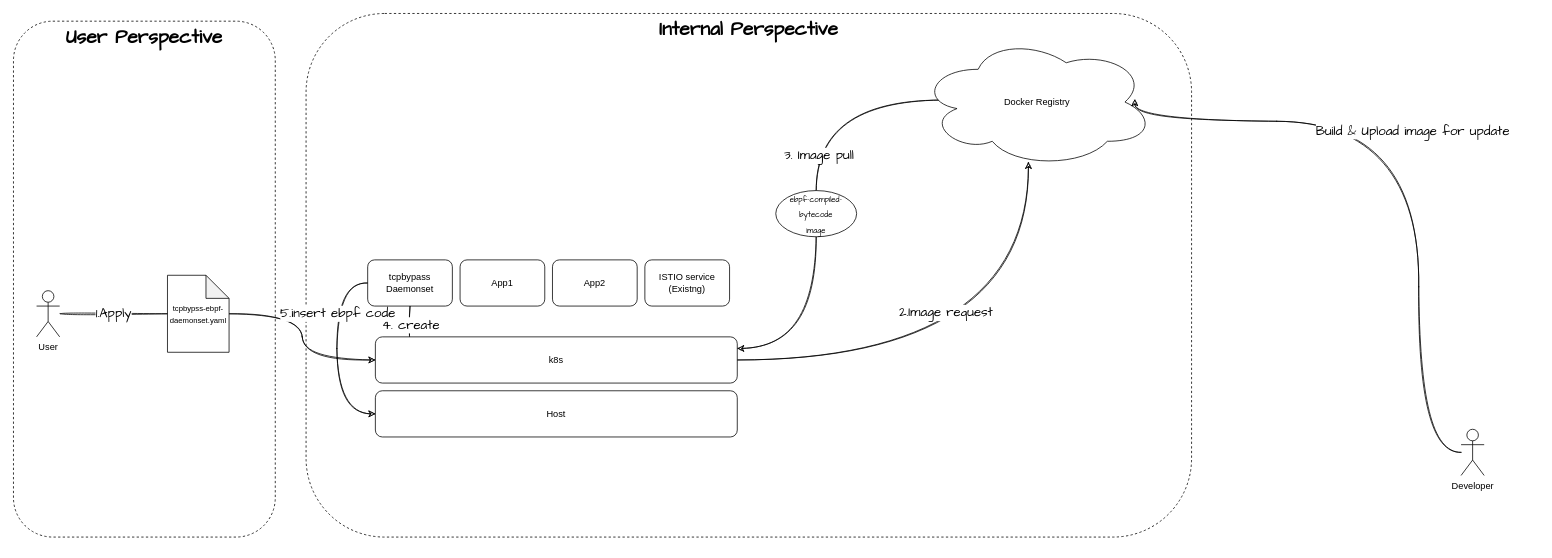
xu1zhou/Documents keeps this draw.io diagram as workflow_of_tcpbypass_daemonset.drawio. Above is the earlier version. Source tidied: cells renumbered, new cells numbered last; positions are measured from the earlier drawing's top-left corner, leaving out a move shared by most shapes. Both pictures are drawn from the tidied source at 77%, with x=0, y=0 at pixel (13, 13).
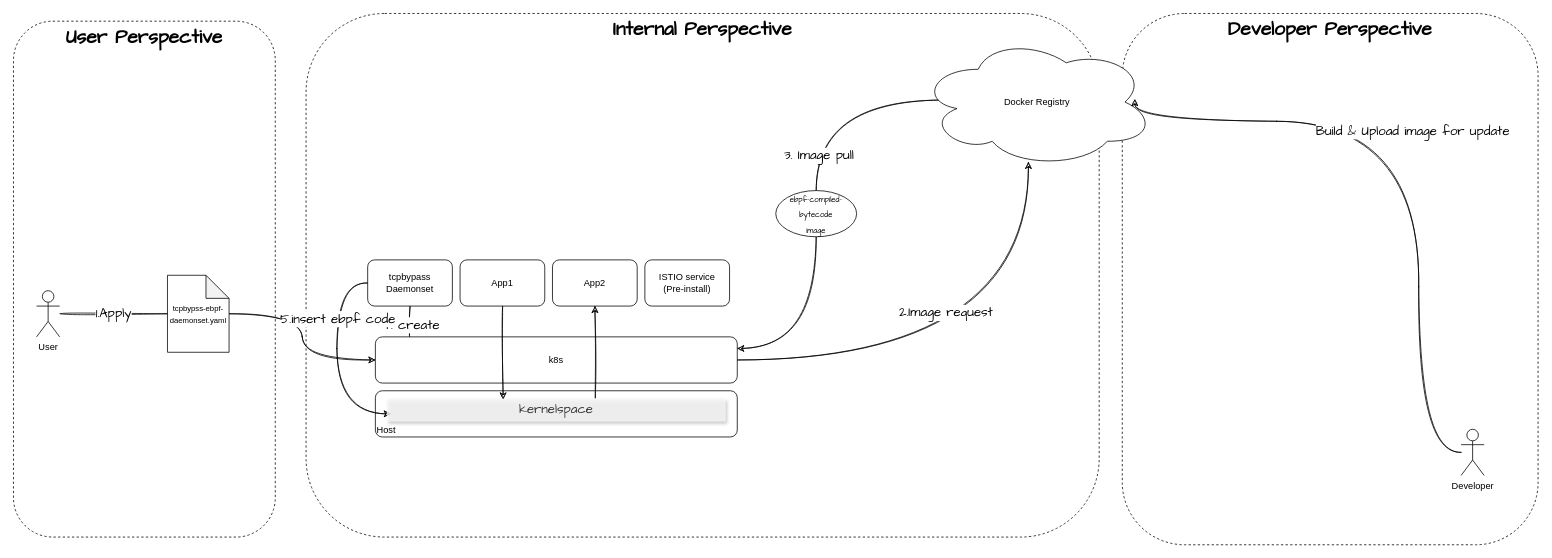
The same diagram, later.

The change refers to these unchanged cells:
```xml
<mxCell id="15" value="tcpbypass Daemonset" style="rounded=1;whiteSpace=wrap;html=1;" parent="1" vertex="1">
  <mxGeometry x="460" y="320" width="110" height="60" as="geometry" />
</mxCell>
<mxCell id="21" value="App1" style="rounded=1;whiteSpace=wrap;html=1;" parent="1" vertex="1">
  <mxGeometry x="580" y="320" width="110" height="60" as="geometry" />
</mxCell>
<mxCell id="22" value="App2" style="rounded=1;whiteSpace=wrap;html=1;" parent="1" vertex="1">
  <mxGeometry x="700" y="320" width="110" height="60" as="geometry" />
</mxCell>
```

Change to the diagram source:
```diff
@@
+    <mxCell id="27" value="&lt;b&gt;&lt;font style=&quot;font-size: 25px&quot;&gt;Developer Perspective&lt;/font&gt;&lt;/b&gt;" style="rounded=1;whiteSpace=wrap;html=1;fontFamily=Comic Sans MS;fontSize=17;align=center;glass=0;shadow=0;sketch=0;dashed=1;verticalAlign=top;" parent="1" vertex="1">
+      <mxGeometry x="1440" width="540" height="690" as="geometry" />
+    </mxCell>
     <mxCell id="2" value="&lt;b&gt;&lt;font style=&quot;font-size: 25px&quot;&gt;Internal Perspective&lt;/font&gt;&lt;/b&gt;" style="rounded=1;whiteSpace=wrap;html=1;fontFamily=Comic Sans MS;fontSize=17;align=center;glass=0;shadow=0;sketch=0;dashed=1;verticalAlign=top;" parent="1" vertex="1">
-      <mxGeometry x="380" width="1150" height="680" as="geometry" />
+      <mxGeometry x="380" width="1030" height="680" as="geometry" />
     </mxCell>
@@
-    <mxCell id="12" value="Host" style="rounded=1;whiteSpace=wrap;html=1;" parent="1" vertex="1">
+    <mxCell id="12" value="Host" style="rounded=1;whiteSpace=wrap;html=1;verticalAlign=bottom;align=left;" parent="1" vertex="1">
       <mxGeometry x="470" y="490" width="470" height="60" as="geometry" />
     </mxCell>
-    <mxCell id="13" style="edgeStyle=orthogonalEdgeStyle;curved=1;rounded=0;sketch=1;jettySize=auto;html=1;entryX=0;entryY=0.5;entryDx=0;entryDy=0;fontFamily=Comic Sans MS;fontSize=17;endArrow=classic;endFill=1;exitX=0;exitY=0.5;exitDx=0;exitDy=0;" parent="1" edge="1" source="15" target="12">
+    <mxCell id="13" style="edgeStyle=orthogonalEdgeStyle;curved=1;rounded=0;sketch=1;jettySize=auto;html=1;entryX=0.011;entryY=0.667;entryDx=0;entryDy=0;fontFamily=Comic Sans MS;fontSize=17;endArrow=classic;endFill=1;exitX=0;exitY=0.5;exitDx=0;exitDy=0;entryPerimeter=0;" parent="1" edge="1" source="15" target="30">
       <mxGeometry relative="1" as="geometry">
         <Array as="points">
           <mxPoint x="420" y="350" />
           <mxPoint x="420" y="520" />
         </Array>
       </mxGeometry>
     </mxCell>
@@
+    <mxCell id="28" style="edgeStyle=none;rounded=0;sketch=1;jettySize=auto;html=1;fontFamily=Comic Sans MS;fontSize=17;endArrow=classic;endFill=1;entryX=0.343;entryY=0.04;entryDx=0;entryDy=0;entryPerimeter=0;" parent="1" edge="1" source="21" target="30">
+      <mxGeometry relative="1" as="geometry" />
+    </mxCell>
@@
-    <mxCell id="23" value="ISTIO service&lt;br&gt;(Existng)" style="rounded=1;whiteSpace=wrap;html=1;" parent="1" vertex="1">
+    <mxCell id="23" value="ISTIO service&lt;br&gt;(Pre-install)" style="rounded=1;whiteSpace=wrap;html=1;" parent="1" vertex="1">
       <mxGeometry x="820" y="320" width="110" height="60" as="geometry" />
     </mxCell>
@@
+    <mxCell id="29" style="edgeStyle=none;rounded=0;sketch=1;jettySize=auto;html=1;fontFamily=Comic Sans MS;fontSize=17;endArrow=classic;endFill=1;exitX=0.615;exitY=-0.022;exitDx=0;exitDy=0;exitPerimeter=0;" parent="1" edge="1" source="30" target="22">
+      <mxGeometry relative="1" as="geometry" />
+    </mxCell>
+    <mxCell id="30" value="kernelspace" style="rounded=0;whiteSpace=wrap;html=1;shadow=1;glass=0;sketch=0;fontFamily=Comic Sans MS;fontSize=17;align=center;fillColor=#f5f5f5;opacity=80;fontColor=#333333;strokeColor=none;" parent="1" vertex="1">
+      <mxGeometry x="485" y="500" width="440" height="30" as="geometry" />
+    </mxCell>
```
